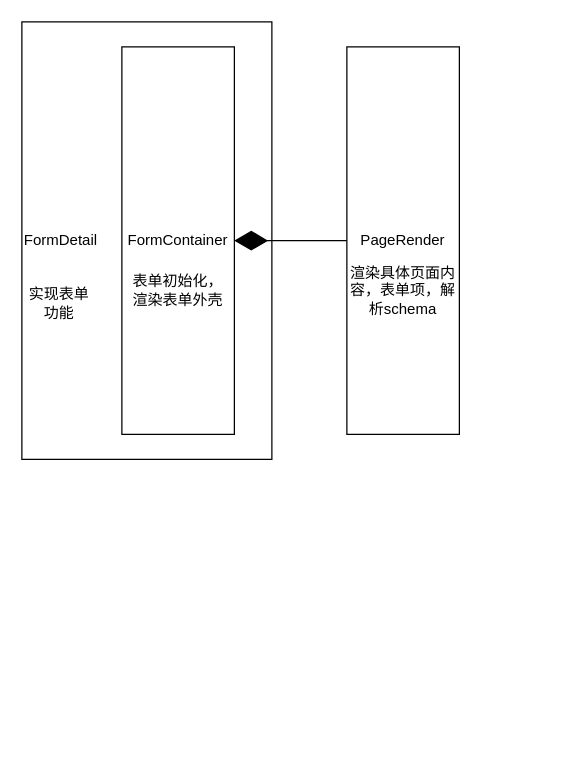
This is 包含关系图.drawio from FoxJokerEila/-, a draw.io file, before an edit. Source tidied: cells renumbered, new cells numbered last; positions are measured from the earlier drawing's top-left corner, leaving out a move shared by most shapes. Both pictures are drawn from the tidied source at 125%, with x=0, y=0 at pixel (21, 21).
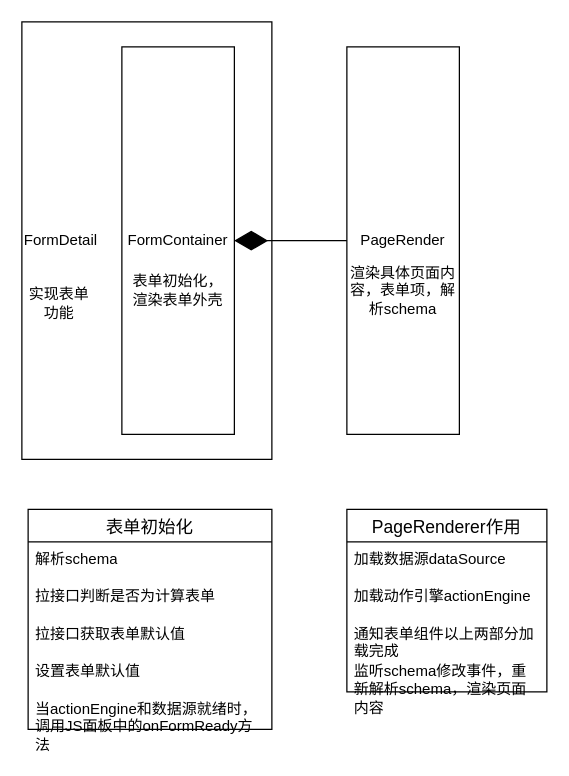
Above is the later version.

Commit message (it also covers changes not shown here):
更新包含关系图.drawio

What changed in the source:
```diff
@@
 <mxGraphModel>
   <root>
     <mxCell id="0" />
     <mxCell id="1" parent="0" />
     <mxCell id="2" value="FormDetail" style="html=1;whiteSpace=wrap;align=left;" parent="1" vertex="1">
       <mxGeometry width="200" height="350" as="geometry" />
     </mxCell>
     <mxCell id="3" value="FormContainer" style="html=1;whiteSpace=wrap;align=center;" parent="1" vertex="1">
       <mxGeometry x="80" y="20" width="90" height="310" as="geometry" />
     </mxCell>
     <mxCell id="4" value="PageRender" style="html=1;whiteSpace=wrap;align=center;" parent="1" vertex="1">
       <mxGeometry x="260" y="20" width="90" height="310" as="geometry" />
     </mxCell>
     <mxCell id="5" value="实现表单功能" style="text;html=1;align=center;verticalAlign=middle;whiteSpace=wrap;rounded=0;" parent="1" vertex="1">
       <mxGeometry y="210" width="60" height="30" as="geometry" />
     </mxCell>
     <mxCell id="6" value="表单初始化，渲染表单外壳" style="text;html=1;align=center;verticalAlign=middle;whiteSpace=wrap;rounded=0;" parent="1" vertex="1">
       <mxGeometry x="85" y="200" width="80" height="30" as="geometry" />
     </mxCell>
     <mxCell id="7" style="endArrow=diamondThin;endFill=1;endSize=24;html=1;rounded=0;exitX=0;exitY=0.5;exitDx=0;exitDy=0;entryX=1;entryY=0.5;entryDx=0;entryDy=0;" parent="1" edge="1" source="4" target="3">
       <mxGeometry relative="1" as="geometry" />
     </mxCell>
     <mxCell id="8" value="渲染具体页面内容，表单项，解析schema" style="text;html=1;align=center;verticalAlign=middle;whiteSpace=wrap;rounded=0;" parent="1" vertex="1">
       <mxGeometry x="260" y="200" width="90" height="30" as="geometry" />
     </mxCell>
+    <mxCell id="9" value="表单初始化" style="swimlane;fontStyle=0;horizontal=1;startSize=26;align=center;fontSize=14;fixedWidth=0;" parent="1" vertex="1">
+      <mxGeometry x="5" y="390" width="195" height="176" as="geometry" />
+    </mxCell>
+    <mxCell id="10" value="解析schema" style="text;strokeColor=none;fillColor=none;spacingLeft=4;spacingRight=4;overflow=hidden;fontSize=12;whiteSpace=wrap;html=1;" parent="9" vertex="1">
+      <mxGeometry y="26" width="195" height="30" as="geometry" />
+    </mxCell>
+    <mxCell id="11" value="拉接口判断是否为计算表单" style="text;strokeColor=none;fillColor=none;spacingLeft=4;spacingRight=4;overflow=hidden;fontSize=12;whiteSpace=wrap;html=1;" parent="9" vertex="1">
+      <mxGeometry y="56" width="195" height="30" as="geometry" />
+    </mxCell>
+    <mxCell id="12" value="拉接口获取表单默认值" style="text;strokeColor=none;fillColor=none;spacingLeft=4;spacingRight=4;overflow=hidden;fontSize=12;whiteSpace=wrap;html=1;" parent="9" vertex="1">
+      <mxGeometry y="86" width="195" height="30" as="geometry" />
+    </mxCell>
+    <mxCell id="13" value="设置表单默认值" style="text;strokeColor=none;fillColor=none;spacingLeft=4;spacingRight=4;overflow=hidden;fontSize=12;whiteSpace=wrap;html=1;" parent="9" vertex="1">
+      <mxGeometry y="116" width="195" height="30" as="geometry" />
+    </mxCell>
+    <mxCell id="14" value="当actionEngine和数据源就绪时，调用JS面板中的onFormReady方法" style="text;strokeColor=none;fillColor=none;spacingLeft=4;spacingRight=4;overflow=visible;fontSize=12;whiteSpace=wrap;html=1;" parent="9" vertex="1">
+      <mxGeometry y="146" width="195" height="30" as="geometry" />
+    </mxCell>
+    <mxCell id="15" value="PageRenderer作用" style="swimlane;fontStyle=0;horizontal=1;startSize=26;align=center;fontSize=14;" parent="1" vertex="1">
+      <mxGeometry x="260" y="390" width="160" height="146" as="geometry" />
+    </mxCell>
+    <mxCell id="16" value="加载数据源dataSource" style="text;strokeColor=none;fillColor=none;spacingLeft=4;spacingRight=4;overflow=hidden;fontSize=12;whiteSpace=wrap;html=1;" parent="15" vertex="1">
+      <mxGeometry y="26" width="160" height="30" as="geometry" />
+    </mxCell>
+    <mxCell id="17" value="加载动作引擎actionEngine" style="text;strokeColor=none;fillColor=none;spacingLeft=4;spacingRight=4;overflow=hidden;fontSize=12;whiteSpace=wrap;html=1;" parent="15" vertex="1">
+      <mxGeometry y="56" width="160" height="30" as="geometry" />
+    </mxCell>
+    <mxCell id="18" value="通知表单组件以上两部分加载完成" style="text;strokeColor=none;fillColor=none;spacingLeft=4;spacingRight=4;overflow=hidden;fontSize=12;whiteSpace=wrap;html=1;" parent="15" vertex="1">
+      <mxGeometry y="86" width="160" height="30" as="geometry" />
+    </mxCell>
+    <mxCell id="19" value="监听schema修改事件，重新解析schema，渲染页面内容" style="text;strokeColor=none;fillColor=none;spacingLeft=4;spacingRight=4;overflow=visible;fontSize=12;whiteSpace=wrap;html=1;" parent="15" vertex="1">
+      <mxGeometry y="116" width="160" height="30" as="geometry" />
+    </mxCell>
   </root>
 </mxGraphModel>
```
